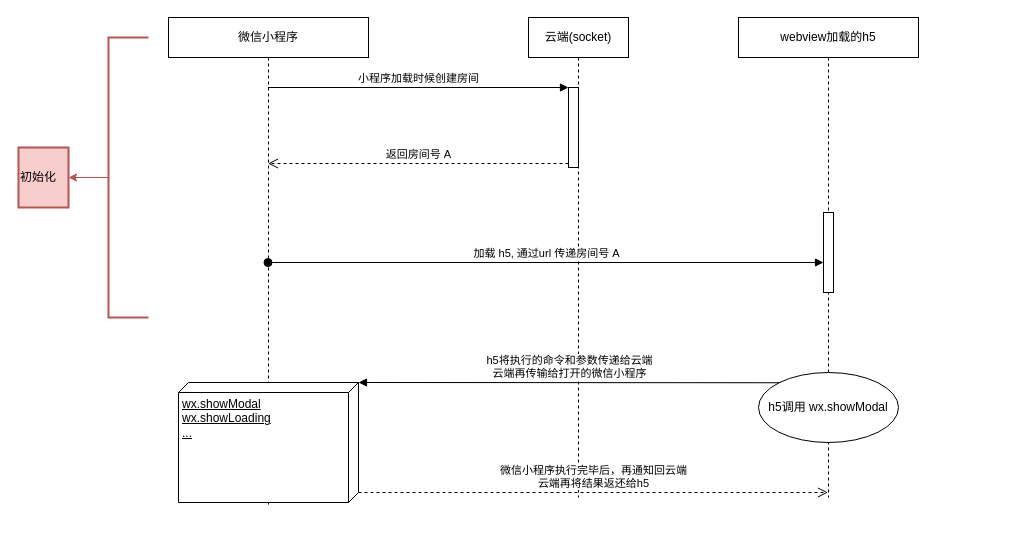
The draw.io diagram page "小程序-h5通讯架构设计" (4 of 4) of Untitled Diagram.drawio in clevok/static, before the edit. Source tidied: cells renumbered, new cells numbered last; positions are measured from the earlier drawing's top-left corner, leaving out a move shared by most shapes. Both pictures are drawn from the tidied source at 100%, with x=0, y=0 at pixel (18, 17).
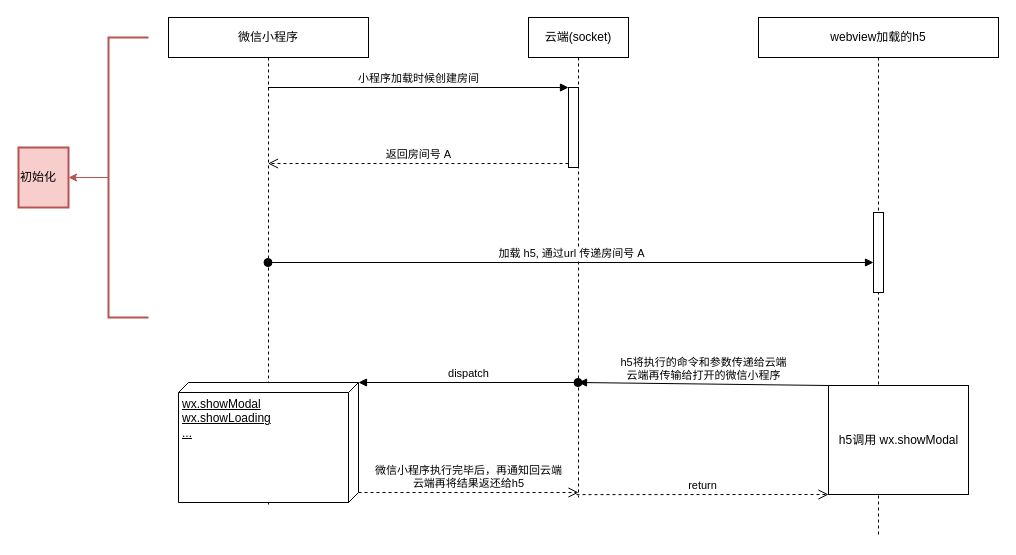
The same diagram, later.

Unchanged cells that the change refers to:
```xml
<mxCell id="6" value="wx.showModal&lt;br&gt;wx.showLoading&lt;br&gt;..." style="verticalAlign=top;align=left;spacingTop=8;spacingLeft=2;spacingRight=12;shape=cube;size=10;direction=south;fontStyle=4;html=1;" parent="5" vertex="1">
  <mxGeometry x="10" y="365" width="180" height="120" as="geometry" />
</mxCell>
<mxCell id="7" value="云端(socket)" style="shape=umlLifeline;perimeter=lifelinePerimeter;whiteSpace=wrap;html=1;outlineConnect=0;" parent="1" vertex="1">
  <mxGeometry x="510" width="100" height="480" as="geometry" />
</mxCell>
```

The edit, as a diff of the source:
```diff
@@
     <mxCell id="2" value="webview加载的h5" style="shape=umlLifeline;perimeter=lifelinePerimeter;whiteSpace=wrap;html=1;outlineConnect=0;" parent="1" vertex="1">
-      <mxGeometry x="720" width="180" height="480" as="geometry" />
+      <mxGeometry x="740" width="240" height="520" as="geometry" />
     </mxCell>
     <mxCell id="3" style="html=1;points=[];perimeter=orthogonalPerimeter;" parent="2" vertex="1">
-      <mxGeometry x="85" y="195" width="10" height="80" as="geometry" />
+      <mxGeometry x="115" y="195" width="10" height="80" as="geometry" />
     </mxCell>
-    <mxCell id="4" value="h5调用 wx.showModal" style="ellipse;whiteSpace=wrap;html=1;" parent="2" vertex="1">
-      <mxGeometry x="20" y="355" width="140" height="70" as="geometry" />
+    <mxCell id="4" value="&lt;span&gt;h5调用 wx.showModal&lt;/span&gt;" style="html=1;" parent="2" vertex="1">
+      <mxGeometry x="70" y="368" width="140" height="109" as="geometry" />
     </mxCell>
@@
-    <mxCell id="12" value="h5将执行的命令和参数传递给云端&lt;br&gt;云端再传输给打开的微信小程序" style="html=1;verticalAlign=bottom;endArrow=block;rounded=0;exitX=0;exitY=0;exitDx=0;exitDy=0;entryX=0;entryY=0;entryDx=0;entryDy=0;entryPerimeter=0;" parent="1" edge="1" source="4" target="6">
-      <mxGeometry relative="1" as="geometry" />
+    <mxCell id="12" value="h5将执行的命令和参数传递给云端&lt;br&gt;云端再传输给打开的微信小程序" style="html=1;verticalAlign=bottom;endArrow=block;rounded=0;exitX=0;exitY=0;exitDx=0;exitDy=0;" parent="1" edge="1" source="4">
+      <mxGeometry relative="1" as="geometry">
+        <mxPoint x="560" y="365" as="targetPoint" />
+      </mxGeometry>
     </mxCell>
-    <mxCell id="13" value="微信小程序执行完毕后，再通知回云端&lt;br&gt;云端再将结果返还给h5" style="html=1;verticalAlign=bottom;endArrow=open;dashed=1;endSize=8;rounded=0;exitX=0;exitY=0;exitDx=110;exitDy=0;exitPerimeter=0;" parent="1" edge="1" source="6" target="2">
-      <mxGeometry relative="1" as="geometry" />
+    <mxCell id="13" value="微信小程序执行完毕后，再通知回云端&lt;br&gt;云端再将结果返还给h5" style="html=1;verticalAlign=bottom;endArrow=open;dashed=1;endSize=8;rounded=0;exitX=0;exitY=0;exitDx=110;exitDy=0;exitPerimeter=0;" parent="1" edge="1" source="6">
+      <mxGeometry relative="1" as="geometry">
+        <mxPoint x="560" y="475" as="targetPoint" />
+      </mxGeometry>
     </mxCell>
@@
+    <mxCell id="17" value="dispatch" style="html=1;verticalAlign=bottom;startArrow=oval;startFill=1;endArrow=block;startSize=8;rounded=0;entryX=0;entryY=0;entryDx=0;entryDy=0;entryPerimeter=0;" parent="1" edge="1" source="7" target="6">
+      <mxGeometry relative="1" as="geometry" />
+    </mxCell>
+    <mxCell id="18" value="return" style="html=1;verticalAlign=bottom;endArrow=open;dashed=1;endSize=8;rounded=0;exitX=0.48;exitY=0.994;exitDx=0;exitDy=0;exitPerimeter=0;entryX=0;entryY=1;entryDx=0;entryDy=0;" parent="1" edge="1" source="7" target="4">
+      <mxGeometry relative="1" as="geometry" />
+    </mxCell>
```
